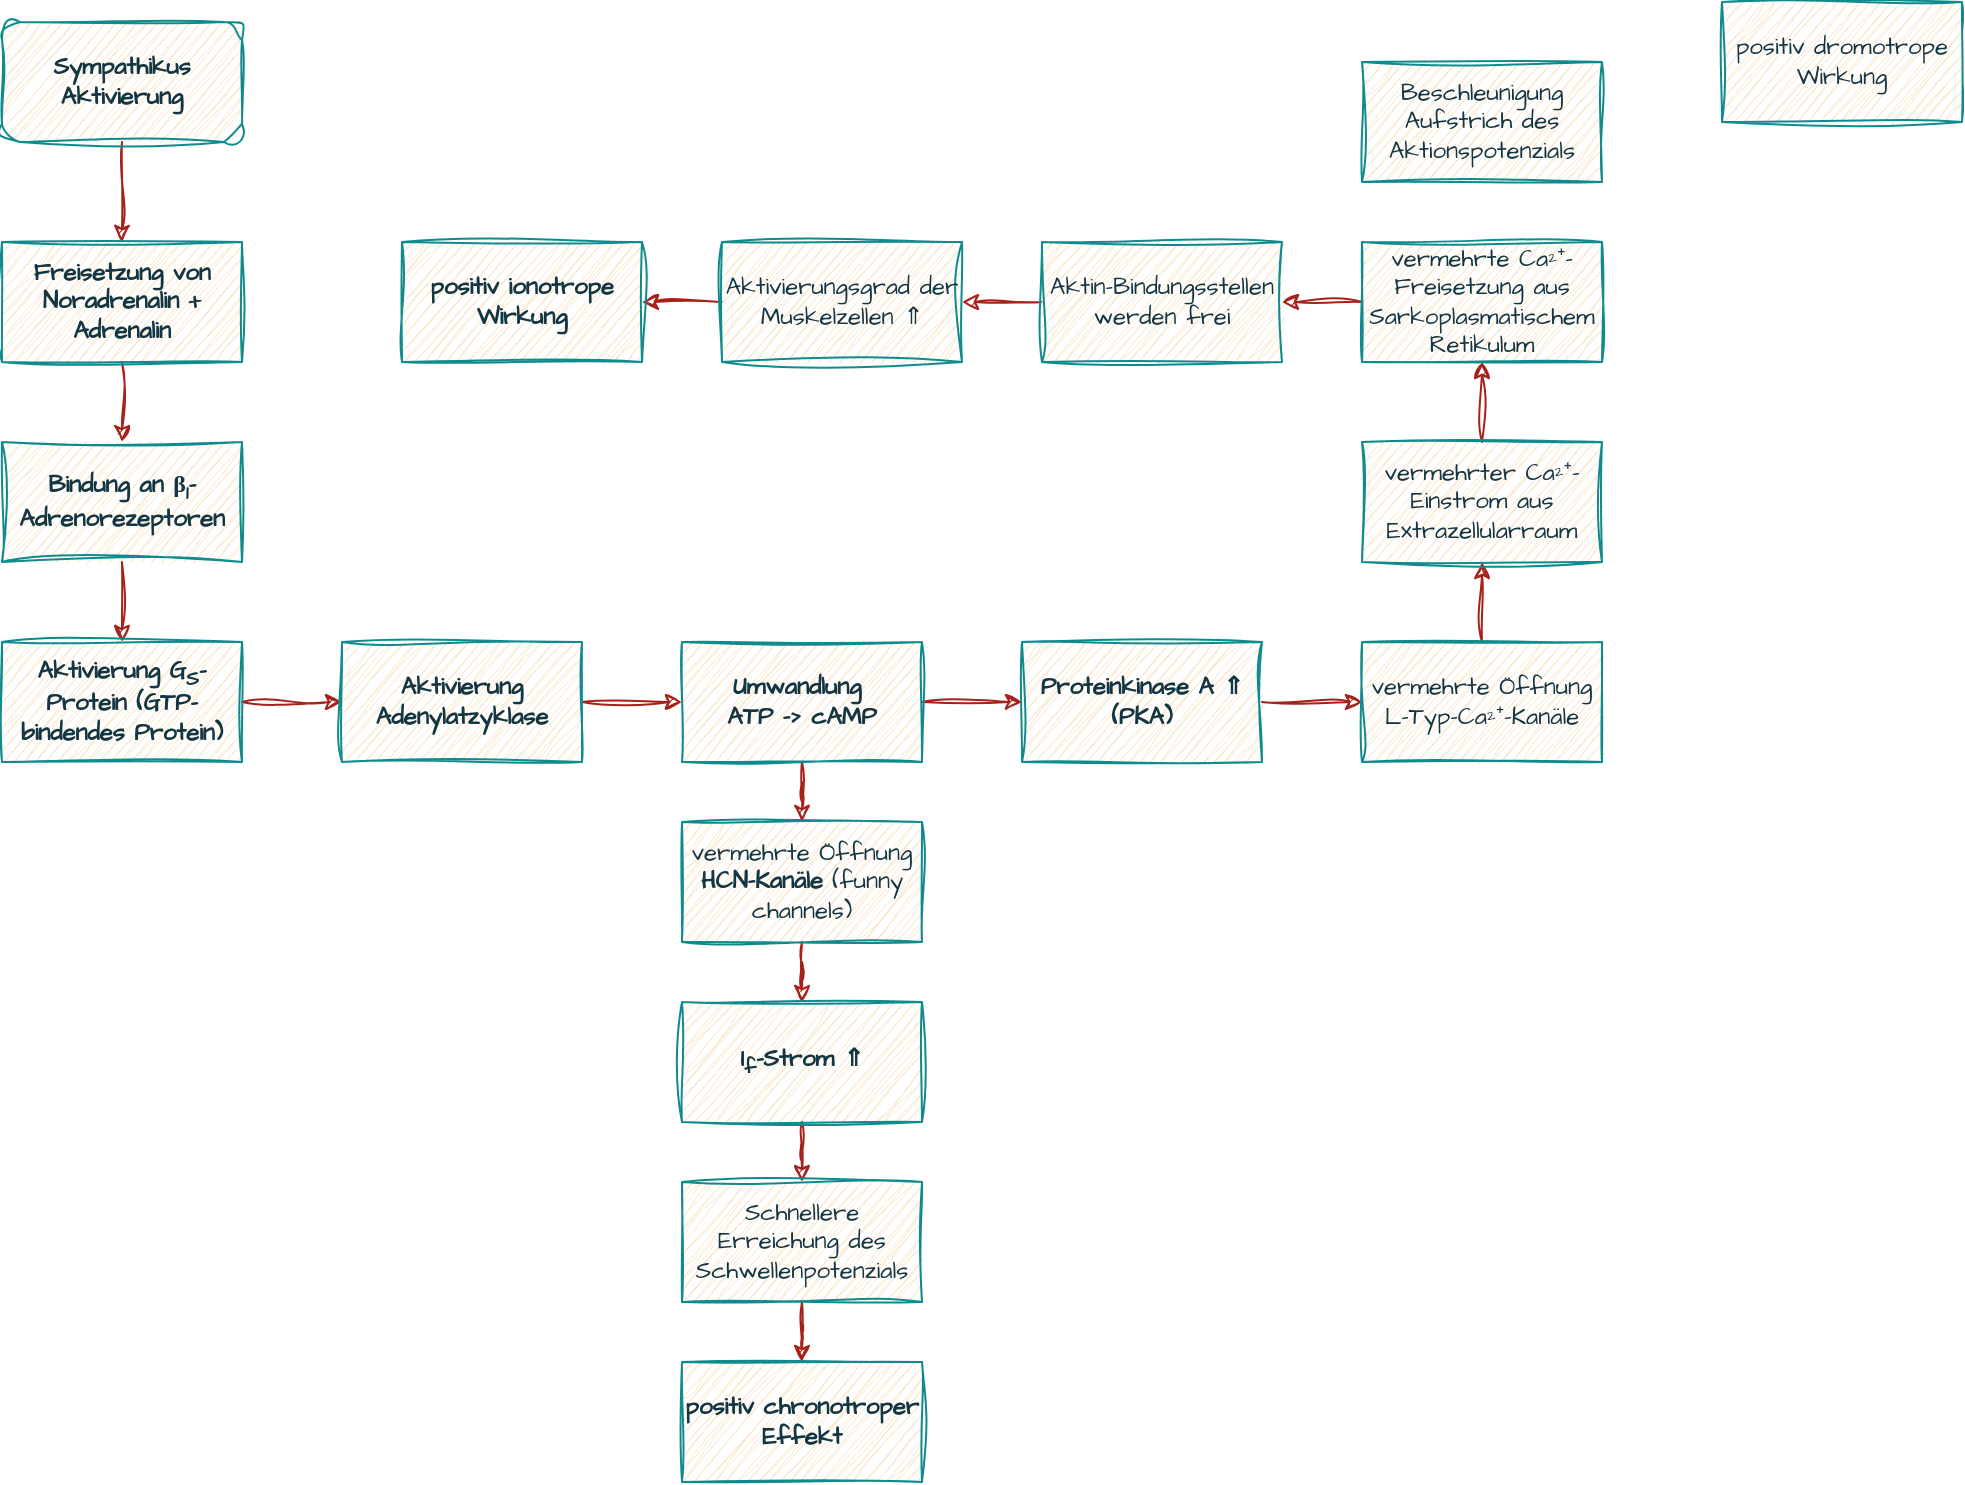
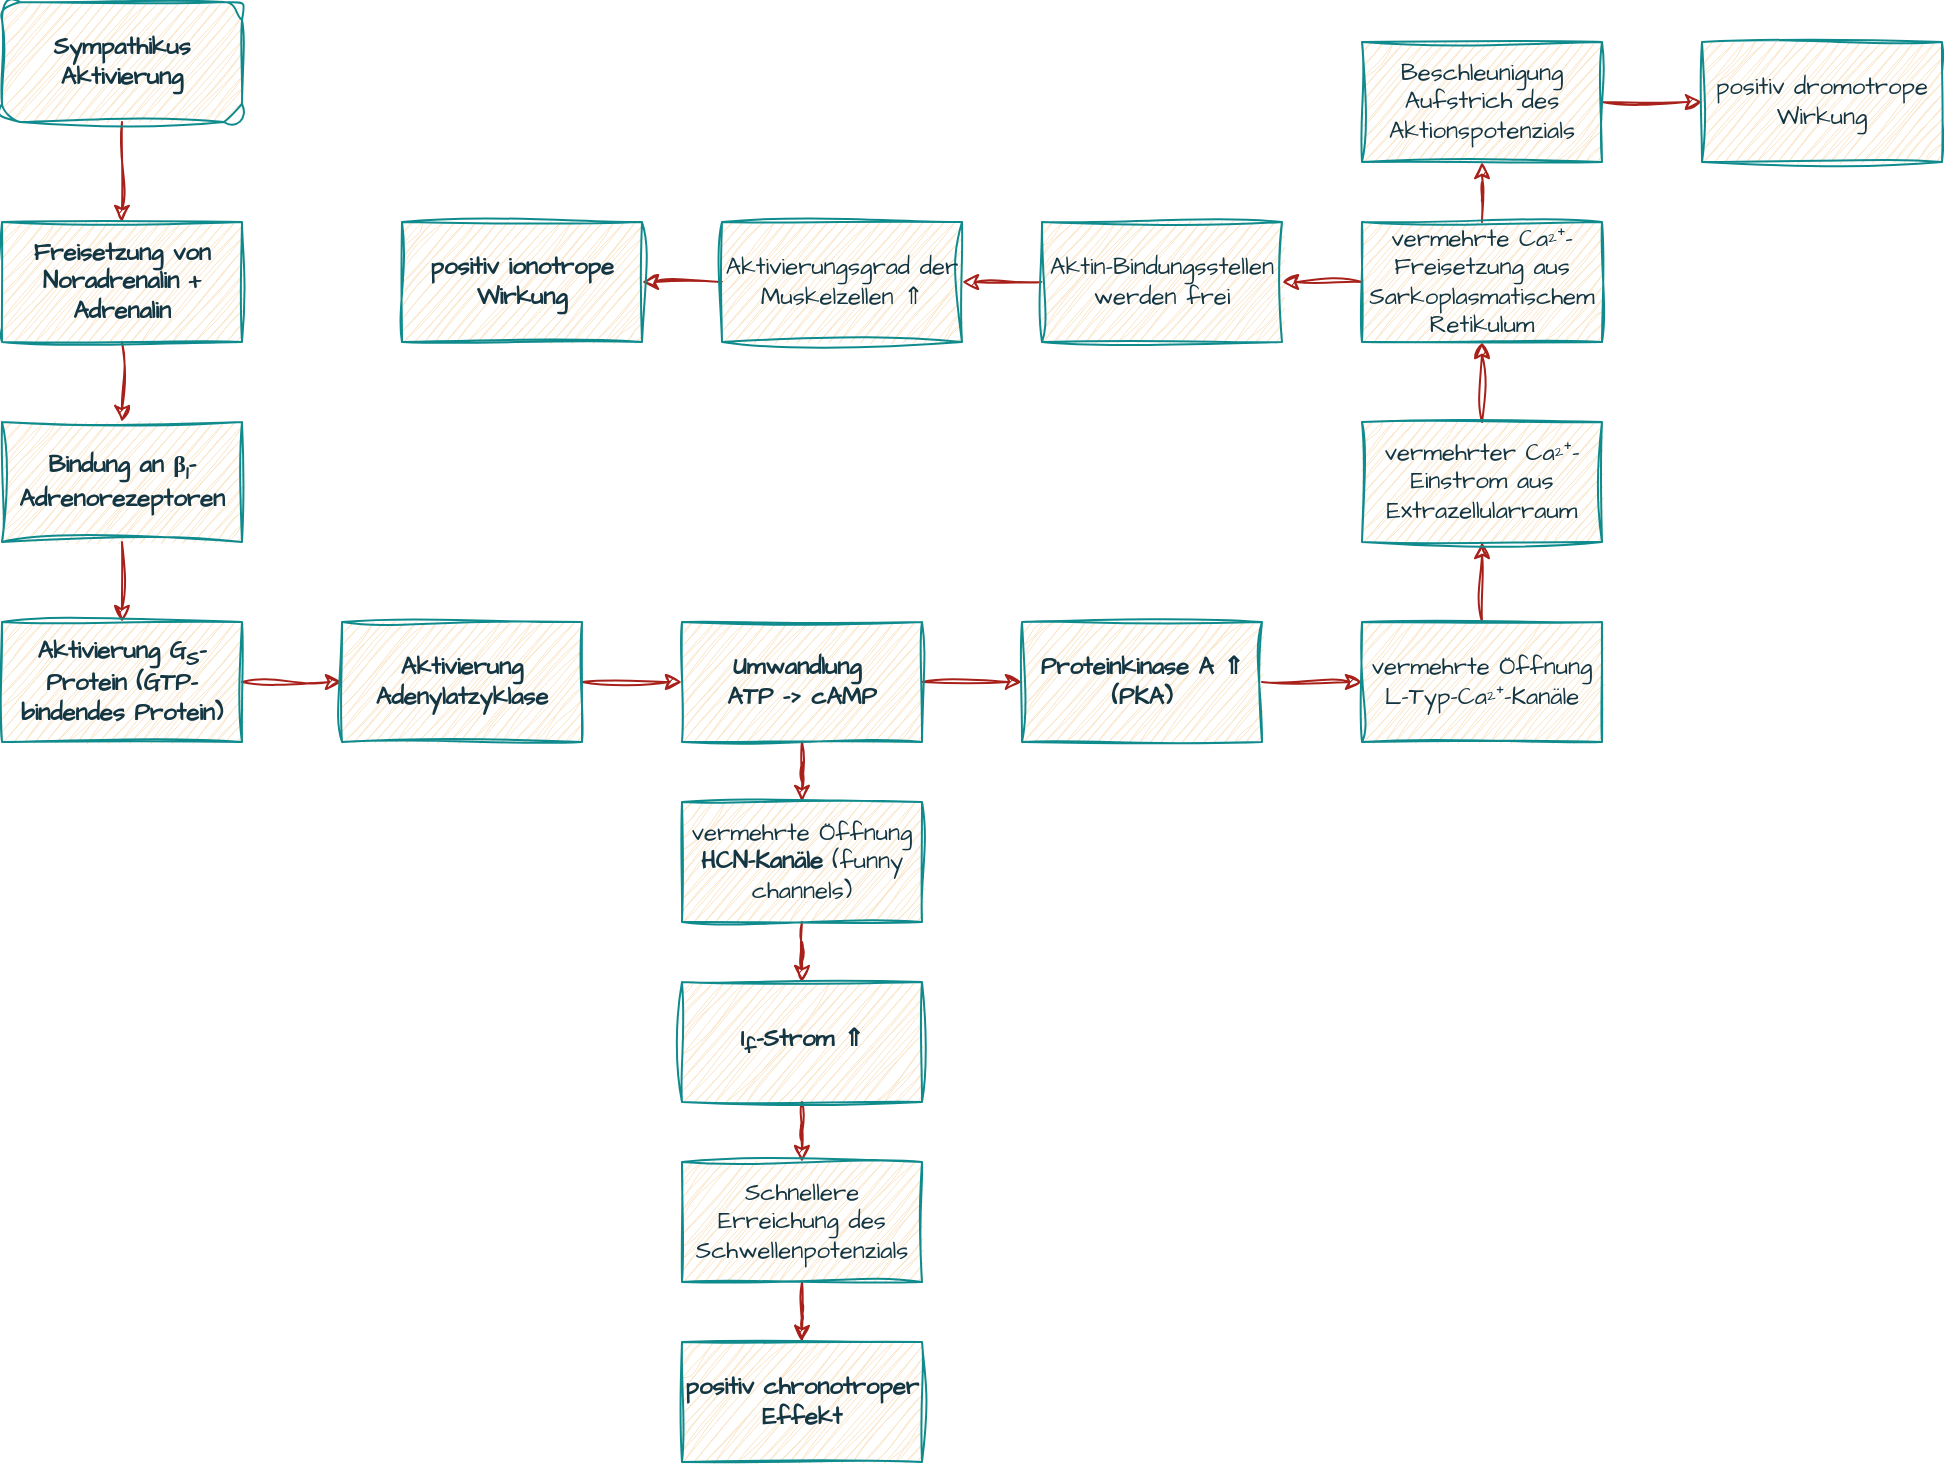
<mxfile host="app.diagrams.net">
  <diagram name="Seite-1" id="7kFzmezVoUsXThtVCVX7">
-     <mxGraphModel dx="1044" dy="524" grid="1" gridSize="10" guides="1" tooltips="1" connect="1" arrows="1" fold="1" page="1" pageScale="1" pageWidth="1169" pageHeight="1169" math="0" shadow="0">
+     <mxGraphModel dx="1253" dy="629" grid="1" gridSize="10" guides="1" tooltips="1" connect="1" arrows="1" fold="1" page="1" pageScale="1" pageWidth="1169" pageHeight="1169" math="0" shadow="0">
      <root>
        <mxCell id="0" />
        <mxCell id="1" parent="0" />
        <mxCell id="nBZC7eie6GeJRXDUhHIa-21" edge="1" parent="1" source="7TQIvVTktowouFX5eWC7-1" style="edgeStyle=orthogonalEdgeStyle;rounded=0;sketch=1;hachureGap=4;jiggle=2;curveFitting=1;orthogonalLoop=1;jettySize=auto;html=1;strokeColor=#A8201A;fontFamily=Architects Daughter;fontSource=https%3A%2F%2Ffonts.googleapis.com%2Fcss%3Ffamily%3DArchitects%2BDaughter;fontColor=#143642;fillColor=#FAE5C7;" target="nBZC7eie6GeJRXDUhHIa-1">
          <mxGeometry relative="1" as="geometry" />
        </mxCell>
        <mxCell id="7TQIvVTktowouFX5eWC7-1" parent="1" style="rounded=1;whiteSpace=wrap;html=1;sketch=1;hachureGap=4;jiggle=2;curveFitting=1;fontFamily=Architects Daughter;fontSource=https%3A%2F%2Ffonts.googleapis.com%2Fcss%3Ffamily%3DArchitects%2BDaughter;labelBackgroundColor=none;fillColor=#FAE5C7;strokeColor=#0F8B8D;fontColor=#143642;fontStyle=1" value="Sympathikus Aktivierung" vertex="1">
          <mxGeometry height="60" width="120" x="50" y="80" as="geometry" />
        </mxCell>
        <mxCell id="nBZC7eie6GeJRXDUhHIa-22" edge="1" parent="1" source="nBZC7eie6GeJRXDUhHIa-1" style="edgeStyle=orthogonalEdgeStyle;rounded=0;sketch=1;hachureGap=4;jiggle=2;curveFitting=1;orthogonalLoop=1;jettySize=auto;html=1;strokeColor=#A8201A;fontFamily=Architects Daughter;fontSource=https%3A%2F%2Ffonts.googleapis.com%2Fcss%3Ffamily%3DArchitects%2BDaughter;fontColor=#143642;fillColor=#FAE5C7;" target="nBZC7eie6GeJRXDUhHIa-2">
          <mxGeometry relative="1" as="geometry" />
        </mxCell>
        <mxCell id="nBZC7eie6GeJRXDUhHIa-1" parent="1" style="whiteSpace=wrap;html=1;sketch=1;hachureGap=4;jiggle=2;curveFitting=1;strokeColor=#0F8B8D;fontFamily=Architects Daughter;fontSource=https%3A%2F%2Ffonts.googleapis.com%2Fcss%3Ffamily%3DArchitects%2BDaughter;fontColor=#143642;fillColor=#FAE5C7;fontStyle=1" value="Freisetzung von Noradrenalin + Adrenalin" vertex="1">
          <mxGeometry height="60" width="120" x="50" y="190" as="geometry" />
        </mxCell>
        <mxCell id="nBZC7eie6GeJRXDUhHIa-23" edge="1" parent="1" source="nBZC7eie6GeJRXDUhHIa-2" style="edgeStyle=orthogonalEdgeStyle;rounded=0;sketch=1;hachureGap=4;jiggle=2;curveFitting=1;orthogonalLoop=1;jettySize=auto;html=1;strokeColor=#A8201A;fontFamily=Architects Daughter;fontSource=https%3A%2F%2Ffonts.googleapis.com%2Fcss%3Ffamily%3DArchitects%2BDaughter;fontColor=#143642;fillColor=#FAE5C7;" target="nBZC7eie6GeJRXDUhHIa-3">
          <mxGeometry relative="1" as="geometry" />
        </mxCell>
        <mxCell id="nBZC7eie6GeJRXDUhHIa-2" parent="1" style="rounded=0;whiteSpace=wrap;html=1;sketch=1;hachureGap=4;jiggle=2;curveFitting=1;strokeColor=#0F8B8D;fontFamily=Architects Daughter;fontSource=https%3A%2F%2Ffonts.googleapis.com%2Fcss%3Ffamily%3DArchitects%2BDaughter;fontColor=#143642;fillColor=#FAE5C7;fontStyle=1" value="Bindung an β&lt;sub&gt;1&lt;/sub&gt;-Adrenorezeptoren" vertex="1">
          <mxGeometry height="60" width="120" x="50" y="290" as="geometry" />
        </mxCell>
        <mxCell id="nBZC7eie6GeJRXDUhHIa-24" edge="1" parent="1" source="nBZC7eie6GeJRXDUhHIa-3" style="edgeStyle=orthogonalEdgeStyle;rounded=0;sketch=1;hachureGap=4;jiggle=2;curveFitting=1;orthogonalLoop=1;jettySize=auto;html=1;strokeColor=#A8201A;fontFamily=Architects Daughter;fontSource=https%3A%2F%2Ffonts.googleapis.com%2Fcss%3Ffamily%3DArchitects%2BDaughter;fontColor=#143642;fillColor=#FAE5C7;" target="nBZC7eie6GeJRXDUhHIa-4">
          <mxGeometry relative="1" as="geometry" />
        </mxCell>
        <mxCell id="nBZC7eie6GeJRXDUhHIa-3" parent="1" style="whiteSpace=wrap;html=1;sketch=1;hachureGap=4;jiggle=2;curveFitting=1;strokeColor=#0F8B8D;fontFamily=Architects Daughter;fontSource=https%3A%2F%2Ffonts.googleapis.com%2Fcss%3Ffamily%3DArchitects%2BDaughter;fontColor=#143642;fillColor=#FAE5C7;fontStyle=1" value="Aktivierung G&lt;sub&gt;S&lt;/sub&gt;-Protein (GTP-bindendes Protein)" vertex="1">
          <mxGeometry height="60" width="120" x="50" y="390" as="geometry" />
        </mxCell>
        <mxCell id="nBZC7eie6GeJRXDUhHIa-25" edge="1" parent="1" source="nBZC7eie6GeJRXDUhHIa-4" style="edgeStyle=orthogonalEdgeStyle;rounded=0;sketch=1;hachureGap=4;jiggle=2;curveFitting=1;orthogonalLoop=1;jettySize=auto;html=1;entryX=0;entryY=0.5;entryDx=0;entryDy=0;strokeColor=#A8201A;fontFamily=Architects Daughter;fontSource=https%3A%2F%2Ffonts.googleapis.com%2Fcss%3Ffamily%3DArchitects%2BDaughter;fontColor=#143642;fillColor=#FAE5C7;" target="nBZC7eie6GeJRXDUhHIa-5">
          <mxGeometry relative="1" as="geometry" />
        </mxCell>
        <mxCell id="nBZC7eie6GeJRXDUhHIa-4" parent="1" style="whiteSpace=wrap;html=1;sketch=1;hachureGap=4;jiggle=2;curveFitting=1;strokeColor=#0F8B8D;fontFamily=Architects Daughter;fontSource=https%3A%2F%2Ffonts.googleapis.com%2Fcss%3Ffamily%3DArchitects%2BDaughter;fontColor=#143642;fillColor=#FAE5C7;fontStyle=1" value="Aktivierung Adenylatzyklase" vertex="1">
          <mxGeometry height="60" width="120" x="220" y="390" as="geometry" />
        </mxCell>
        <mxCell id="nBZC7eie6GeJRXDUhHIa-26" edge="1" parent="1" source="nBZC7eie6GeJRXDUhHIa-5" style="edgeStyle=orthogonalEdgeStyle;rounded=0;sketch=1;hachureGap=4;jiggle=2;curveFitting=1;orthogonalLoop=1;jettySize=auto;html=1;strokeColor=#A8201A;fontFamily=Architects Daughter;fontSource=https%3A%2F%2Ffonts.googleapis.com%2Fcss%3Ffamily%3DArchitects%2BDaughter;fontColor=#143642;fillColor=#FAE5C7;" target="nBZC7eie6GeJRXDUhHIa-7">
          <mxGeometry relative="1" as="geometry" />
        </mxCell>
        <mxCell id="nBZC7eie6GeJRXDUhHIa-27" edge="1" parent="1" source="nBZC7eie6GeJRXDUhHIa-5" style="edgeStyle=orthogonalEdgeStyle;rounded=0;sketch=1;hachureGap=4;jiggle=2;curveFitting=1;orthogonalLoop=1;jettySize=auto;html=1;strokeColor=#A8201A;fontFamily=Architects Daughter;fontSource=https%3A%2F%2Ffonts.googleapis.com%2Fcss%3Ffamily%3DArchitects%2BDaughter;fontColor=#143642;fillColor=#FAE5C7;" target="nBZC7eie6GeJRXDUhHIa-8">
          <mxGeometry relative="1" as="geometry" />
        </mxCell>
        <mxCell id="nBZC7eie6GeJRXDUhHIa-5" parent="1" style="whiteSpace=wrap;html=1;sketch=1;hachureGap=4;jiggle=2;curveFitting=1;strokeColor=#0F8B8D;fontFamily=Architects Daughter;fontSource=https%3A%2F%2Ffonts.googleapis.com%2Fcss%3Ffamily%3DArchitects%2BDaughter;fontColor=#143642;fillColor=#FAE5C7;fontStyle=1" value="Umwandlung&amp;nbsp;&lt;br&gt;ATP -&amp;gt; cAMP" vertex="1">
          <mxGeometry height="60" width="120" x="390" y="390" as="geometry" />
        </mxCell>
        <mxCell id="nBZC7eie6GeJRXDUhHIa-31" edge="1" parent="1" source="nBZC7eie6GeJRXDUhHIa-7" style="edgeStyle=orthogonalEdgeStyle;rounded=0;sketch=1;hachureGap=4;jiggle=2;curveFitting=1;orthogonalLoop=1;jettySize=auto;html=1;entryX=0;entryY=0.5;entryDx=0;entryDy=0;strokeColor=#A8201A;fontFamily=Architects Daughter;fontSource=https%3A%2F%2Ffonts.googleapis.com%2Fcss%3Ffamily%3DArchitects%2BDaughter;fontColor=#143642;fillColor=#FAE5C7;" target="nBZC7eie6GeJRXDUhHIa-13">
          <mxGeometry relative="1" as="geometry" />
        </mxCell>
        <mxCell id="nBZC7eie6GeJRXDUhHIa-7" parent="1" style="whiteSpace=wrap;html=1;sketch=1;hachureGap=4;jiggle=2;curveFitting=1;strokeColor=#0F8B8D;fontFamily=Architects Daughter;fontSource=https%3A%2F%2Ffonts.googleapis.com%2Fcss%3Ffamily%3DArchitects%2BDaughter;fontColor=#143642;fillColor=#FAE5C7;fontStyle=1" value="Proteinkinase A ⇑&lt;br&gt;(PKA)" vertex="1">
          <mxGeometry height="60" width="120" x="560" y="390" as="geometry" />
        </mxCell>
        <mxCell id="nBZC7eie6GeJRXDUhHIa-28" edge="1" parent="1" source="nBZC7eie6GeJRXDUhHIa-8" style="edgeStyle=orthogonalEdgeStyle;rounded=0;sketch=1;hachureGap=4;jiggle=2;curveFitting=1;orthogonalLoop=1;jettySize=auto;html=1;strokeColor=#A8201A;fontFamily=Architects Daughter;fontSource=https%3A%2F%2Ffonts.googleapis.com%2Fcss%3Ffamily%3DArchitects%2BDaughter;fontColor=#143642;fillColor=#FAE5C7;" target="nBZC7eie6GeJRXDUhHIa-9">
          <mxGeometry relative="1" as="geometry" />
        </mxCell>
        <mxCell id="nBZC7eie6GeJRXDUhHIa-8" parent="1" style="whiteSpace=wrap;html=1;sketch=1;hachureGap=4;jiggle=2;curveFitting=1;strokeColor=#0F8B8D;fontFamily=Architects Daughter;fontSource=https%3A%2F%2Ffonts.googleapis.com%2Fcss%3Ffamily%3DArchitects%2BDaughter;fontColor=#143642;fillColor=#FAE5C7;" value="vermehrte Öffnung &lt;b&gt;HCN-Kanäle&lt;/b&gt; (funny channels)" vertex="1">
          <mxGeometry height="60" width="120" x="390" y="480" as="geometry" />
        </mxCell>
        <mxCell id="nBZC7eie6GeJRXDUhHIa-29" edge="1" parent="1" source="nBZC7eie6GeJRXDUhHIa-9" style="edgeStyle=orthogonalEdgeStyle;rounded=0;sketch=1;hachureGap=4;jiggle=2;curveFitting=1;orthogonalLoop=1;jettySize=auto;html=1;strokeColor=#A8201A;fontFamily=Architects Daughter;fontSource=https%3A%2F%2Ffonts.googleapis.com%2Fcss%3Ffamily%3DArchitects%2BDaughter;fontColor=#143642;fillColor=#FAE5C7;" target="nBZC7eie6GeJRXDUhHIa-11">
          <mxGeometry relative="1" as="geometry" />
        </mxCell>
        <mxCell id="nBZC7eie6GeJRXDUhHIa-9" parent="1" style="whiteSpace=wrap;html=1;sketch=1;hachureGap=4;jiggle=2;curveFitting=1;strokeColor=#0F8B8D;fontFamily=Architects Daughter;fontSource=https%3A%2F%2Ffonts.googleapis.com%2Fcss%3Ffamily%3DArchitects%2BDaughter;fontColor=#143642;fillColor=#FAE5C7;fontStyle=1" value="I&lt;sub&gt;f&lt;/sub&gt;-Strom ⇑" vertex="1">
          <mxGeometry height="60" width="120" x="390" y="570" as="geometry" />
        </mxCell>
        <mxCell id="nBZC7eie6GeJRXDUhHIa-30" edge="1" parent="1" source="nBZC7eie6GeJRXDUhHIa-11" style="edgeStyle=orthogonalEdgeStyle;rounded=0;sketch=1;hachureGap=4;jiggle=2;curveFitting=1;orthogonalLoop=1;jettySize=auto;html=1;strokeColor=#A8201A;fontFamily=Architects Daughter;fontSource=https%3A%2F%2Ffonts.googleapis.com%2Fcss%3Ffamily%3DArchitects%2BDaughter;fontColor=#143642;fillColor=#FAE5C7;" target="nBZC7eie6GeJRXDUhHIa-12">
          <mxGeometry relative="1" as="geometry" />
        </mxCell>
        <mxCell id="nBZC7eie6GeJRXDUhHIa-11" parent="1" style="whiteSpace=wrap;html=1;sketch=1;hachureGap=4;jiggle=2;curveFitting=1;strokeColor=#0F8B8D;fontFamily=Architects Daughter;fontSource=https%3A%2F%2Ffonts.googleapis.com%2Fcss%3Ffamily%3DArchitects%2BDaughter;fontColor=#143642;fillColor=#FAE5C7;" value="Schnellere Erreichung des Schwellenpotenzials" vertex="1">
          <mxGeometry height="60" width="120" x="390" y="660" as="geometry" />
        </mxCell>
        <mxCell id="nBZC7eie6GeJRXDUhHIa-12" parent="1" style="whiteSpace=wrap;html=1;sketch=1;hachureGap=4;jiggle=2;curveFitting=1;strokeColor=#0F8B8D;fontFamily=Architects Daughter;fontSource=https%3A%2F%2Ffonts.googleapis.com%2Fcss%3Ffamily%3DArchitects%2BDaughter;fontColor=#143642;fillColor=#FAE5C7;fontStyle=1" value="positiv chronotroper Effekt" vertex="1">
          <mxGeometry height="60" width="120" x="390" y="750" as="geometry" />
        </mxCell>
        <mxCell id="nBZC7eie6GeJRXDUhHIa-32" edge="1" parent="1" source="nBZC7eie6GeJRXDUhHIa-13" style="edgeStyle=orthogonalEdgeStyle;rounded=0;sketch=1;hachureGap=4;jiggle=2;curveFitting=1;orthogonalLoop=1;jettySize=auto;html=1;strokeColor=#A8201A;fontFamily=Architects Daughter;fontSource=https%3A%2F%2Ffonts.googleapis.com%2Fcss%3Ffamily%3DArchitects%2BDaughter;fontColor=#143642;fillColor=#FAE5C7;" target="nBZC7eie6GeJRXDUhHIa-14">
          <mxGeometry relative="1" as="geometry" />
        </mxCell>
        <mxCell id="nBZC7eie6GeJRXDUhHIa-13" parent="1" style="whiteSpace=wrap;html=1;sketch=1;hachureGap=4;jiggle=2;curveFitting=1;strokeColor=#0F8B8D;fontFamily=Architects Daughter;fontSource=https%3A%2F%2Ffonts.googleapis.com%2Fcss%3Ffamily%3DArchitects%2BDaughter;fontColor=#143642;fillColor=#FAE5C7;" value="vermehrte Öffnung L-Typ-Ca²⁺-Kanäle" vertex="1">
          <mxGeometry height="60" width="120" x="730" y="390" as="geometry" />
        </mxCell>
        <mxCell id="nBZC7eie6GeJRXDUhHIa-33" edge="1" parent="1" source="nBZC7eie6GeJRXDUhHIa-14" style="edgeStyle=orthogonalEdgeStyle;rounded=0;sketch=1;hachureGap=4;jiggle=2;curveFitting=1;orthogonalLoop=1;jettySize=auto;html=1;strokeColor=#A8201A;fontFamily=Architects Daughter;fontSource=https%3A%2F%2Ffonts.googleapis.com%2Fcss%3Ffamily%3DArchitects%2BDaughter;fontColor=#143642;fillColor=#FAE5C7;" target="nBZC7eie6GeJRXDUhHIa-15">
          <mxGeometry relative="1" as="geometry" />
        </mxCell>
        <mxCell id="nBZC7eie6GeJRXDUhHIa-14" parent="1" style="whiteSpace=wrap;html=1;sketch=1;hachureGap=4;jiggle=2;curveFitting=1;strokeColor=#0F8B8D;fontFamily=Architects Daughter;fontSource=https%3A%2F%2Ffonts.googleapis.com%2Fcss%3Ffamily%3DArchitects%2BDaughter;fontColor=#143642;fillColor=#FAE5C7;" value="vermehrter Ca²⁺-Einstrom aus Extrazellularraum" vertex="1">
          <mxGeometry height="60" width="120" x="730" y="290" as="geometry" />
        </mxCell>
        <mxCell id="nBZC7eie6GeJRXDUhHIa-34" edge="1" parent="1" source="nBZC7eie6GeJRXDUhHIa-15" style="edgeStyle=orthogonalEdgeStyle;rounded=0;sketch=1;hachureGap=4;jiggle=2;curveFitting=1;orthogonalLoop=1;jettySize=auto;html=1;strokeColor=#A8201A;fontFamily=Architects Daughter;fontSource=https%3A%2F%2Ffonts.googleapis.com%2Fcss%3Ffamily%3DArchitects%2BDaughter;fontColor=#143642;fillColor=#FAE5C7;" target="nBZC7eie6GeJRXDUhHIa-16">
          <mxGeometry relative="1" as="geometry" />
        </mxCell>
+         <mxCell id="nBZC7eie6GeJRXDUhHIa-37" edge="1" parent="1" source="nBZC7eie6GeJRXDUhHIa-15" style="edgeStyle=orthogonalEdgeStyle;rounded=0;sketch=1;hachureGap=4;jiggle=2;curveFitting=1;orthogonalLoop=1;jettySize=auto;html=1;strokeColor=#A8201A;fontFamily=Architects Daughter;fontSource=https%3A%2F%2Ffonts.googleapis.com%2Fcss%3Ffamily%3DArchitects%2BDaughter;fontColor=#143642;fillColor=#FAE5C7;" target="nBZC7eie6GeJRXDUhHIa-19">
+           <mxGeometry relative="1" as="geometry" />
+         </mxCell>
        <mxCell id="nBZC7eie6GeJRXDUhHIa-15" parent="1" style="whiteSpace=wrap;html=1;sketch=1;hachureGap=4;jiggle=2;curveFitting=1;strokeColor=#0F8B8D;fontFamily=Architects Daughter;fontSource=https%3A%2F%2Ffonts.googleapis.com%2Fcss%3Ffamily%3DArchitects%2BDaughter;fontColor=#143642;fillColor=#FAE5C7;" value="vermehrte Ca²⁺-Freisetzung aus Sarkoplasmatischem Retikulum" vertex="1">
          <mxGeometry height="60" width="120" x="730" y="190" as="geometry" />
        </mxCell>
        <mxCell id="nBZC7eie6GeJRXDUhHIa-35" edge="1" parent="1" source="nBZC7eie6GeJRXDUhHIa-16" style="edgeStyle=orthogonalEdgeStyle;rounded=0;sketch=1;hachureGap=4;jiggle=2;curveFitting=1;orthogonalLoop=1;jettySize=auto;html=1;strokeColor=#A8201A;fontFamily=Architects Daughter;fontSource=https%3A%2F%2Ffonts.googleapis.com%2Fcss%3Ffamily%3DArchitects%2BDaughter;fontColor=#143642;fillColor=#FAE5C7;" target="nBZC7eie6GeJRXDUhHIa-17">
          <mxGeometry relative="1" as="geometry" />
        </mxCell>
        <mxCell id="nBZC7eie6GeJRXDUhHIa-16" parent="1" style="whiteSpace=wrap;html=1;sketch=1;hachureGap=4;jiggle=2;curveFitting=1;strokeColor=#0F8B8D;fontFamily=Architects Daughter;fontSource=https%3A%2F%2Ffonts.googleapis.com%2Fcss%3Ffamily%3DArchitects%2BDaughter;fontColor=#143642;fillColor=#FAE5C7;" value="Aktin-Bindungsstellen werden frei" vertex="1">
          <mxGeometry height="60" width="120" x="570" y="190" as="geometry" />
        </mxCell>
        <mxCell id="nBZC7eie6GeJRXDUhHIa-36" edge="1" parent="1" source="nBZC7eie6GeJRXDUhHIa-17" style="edgeStyle=orthogonalEdgeStyle;rounded=0;sketch=1;hachureGap=4;jiggle=2;curveFitting=1;orthogonalLoop=1;jettySize=auto;html=1;strokeColor=#A8201A;fontFamily=Architects Daughter;fontSource=https%3A%2F%2Ffonts.googleapis.com%2Fcss%3Ffamily%3DArchitects%2BDaughter;fontColor=#143642;fillColor=#FAE5C7;" target="nBZC7eie6GeJRXDUhHIa-18">
          <mxGeometry relative="1" as="geometry" />
        </mxCell>
        <mxCell id="nBZC7eie6GeJRXDUhHIa-17" parent="1" style="whiteSpace=wrap;html=1;sketch=1;hachureGap=4;jiggle=2;curveFitting=1;strokeColor=#0F8B8D;fontFamily=Architects Daughter;fontSource=https%3A%2F%2Ffonts.googleapis.com%2Fcss%3Ffamily%3DArchitects%2BDaughter;fontColor=#143642;fillColor=#FAE5C7;" value="Aktivierungsgrad der Muskelzellen ⇑" vertex="1">
          <mxGeometry height="60" width="120" x="410" y="190" as="geometry" />
        </mxCell>
        <mxCell id="nBZC7eie6GeJRXDUhHIa-18" parent="1" style="whiteSpace=wrap;html=1;sketch=1;hachureGap=4;jiggle=2;curveFitting=1;strokeColor=#0F8B8D;fontFamily=Architects Daughter;fontSource=https%3A%2F%2Ffonts.googleapis.com%2Fcss%3Ffamily%3DArchitects%2BDaughter;fontColor=#143642;fillColor=#FAE5C7;fontStyle=1" value="positiv&amp;nbsp;&lt;span&gt;ionotrope Wirkung&lt;/span&gt;" vertex="1">
          <mxGeometry height="60" width="120" x="250" y="190" as="geometry" />
        </mxCell>
+         <mxCell id="nBZC7eie6GeJRXDUhHIa-38" edge="1" parent="1" source="nBZC7eie6GeJRXDUhHIa-19" style="edgeStyle=orthogonalEdgeStyle;rounded=0;sketch=1;hachureGap=4;jiggle=2;curveFitting=1;orthogonalLoop=1;jettySize=auto;html=1;strokeColor=#A8201A;fontFamily=Architects Daughter;fontSource=https%3A%2F%2Ffonts.googleapis.com%2Fcss%3Ffamily%3DArchitects%2BDaughter;fontColor=#143642;fillColor=#FAE5C7;" target="nBZC7eie6GeJRXDUhHIa-20">
+           <mxGeometry relative="1" as="geometry" />
+         </mxCell>
        <mxCell id="nBZC7eie6GeJRXDUhHIa-19" parent="1" style="whiteSpace=wrap;html=1;sketch=1;hachureGap=4;jiggle=2;curveFitting=1;strokeColor=#0F8B8D;fontFamily=Architects Daughter;fontSource=https%3A%2F%2Ffonts.googleapis.com%2Fcss%3Ffamily%3DArchitects%2BDaughter;fontColor=#143642;fillColor=#FAE5C7;" value="Beschleunigung Aufstrich des Aktionspotenzials" vertex="1">
          <mxGeometry height="60" width="120" x="730" y="100" as="geometry" />
        </mxCell>
        <mxCell id="nBZC7eie6GeJRXDUhHIa-20" parent="1" style="whiteSpace=wrap;html=1;sketch=1;hachureGap=4;jiggle=2;curveFitting=1;strokeColor=#0F8B8D;fontFamily=Architects Daughter;fontSource=https%3A%2F%2Ffonts.googleapis.com%2Fcss%3Ffamily%3DArchitects%2BDaughter;fontColor=#143642;fillColor=#FAE5C7;" value="positiv dromotrope Wirkung" vertex="1">
-           <mxGeometry height="60" width="120" x="910" y="70" as="geometry" />
+           <mxGeometry height="60" width="120" x="900" y="100" as="geometry" />
        </mxCell>
      </root>
    </mxGraphModel>
  </diagram>
</mxfile>
